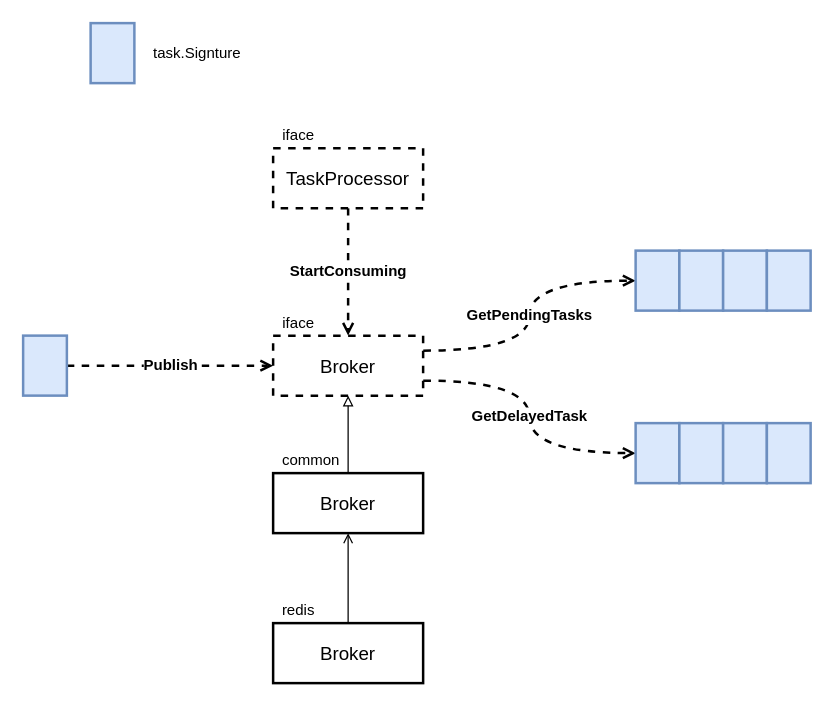
Above: page "iface.Broker" (2 of 6) of schedule/machinery.drawio in dovics/draw.io (draw.io), before the change. Source tidied: cells renumbered, new cells numbered last; positions are measured from the earlier drawing's top-left corner, leaving out a move shared by most shapes. Both pictures are drawn from the tidied source at 125%, with x=0, y=0 at pixel (22, 22).
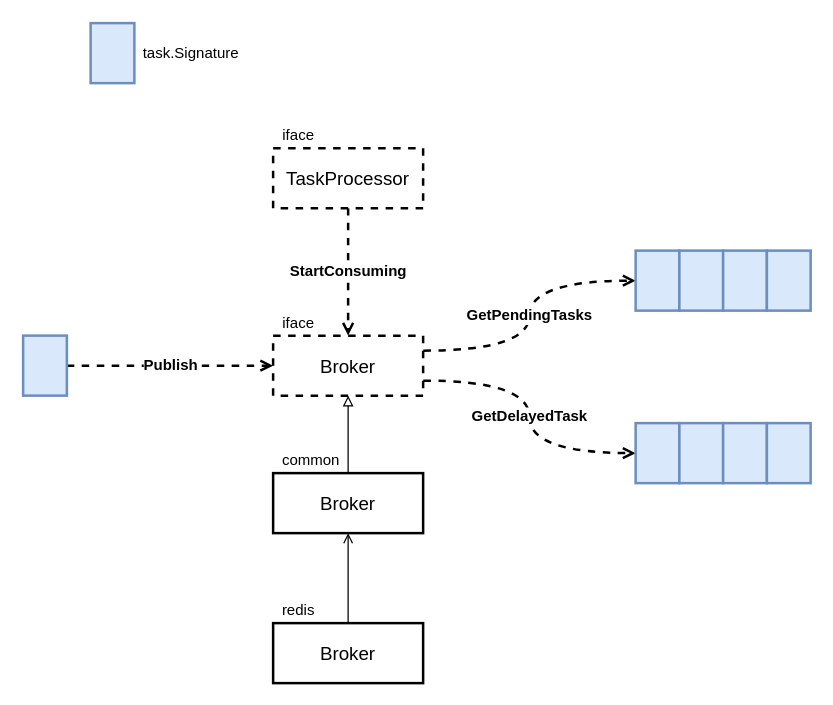
The same page after the edit.

Change to the diagram source:
```diff
@@
-    <mxCell id="13" value="task.Signture" style="text;html=1;align=center;verticalAlign=middle;strokeColor=none;fillColor=none;fontSize=12;" parent="1" vertex="1">
-      <mxGeometry x="94" y="14" width="90" height="20" as="geometry" />
+    <mxCell id="13" value="task.Signature" style="text;html=1;align=center;verticalAlign=middle;strokeColor=none;fillColor=none;fontSize=12;" parent="1" vertex="1">
+      <mxGeometry x="89" y="14" width="90" height="20" as="geometry" />
     </mxCell>
```
